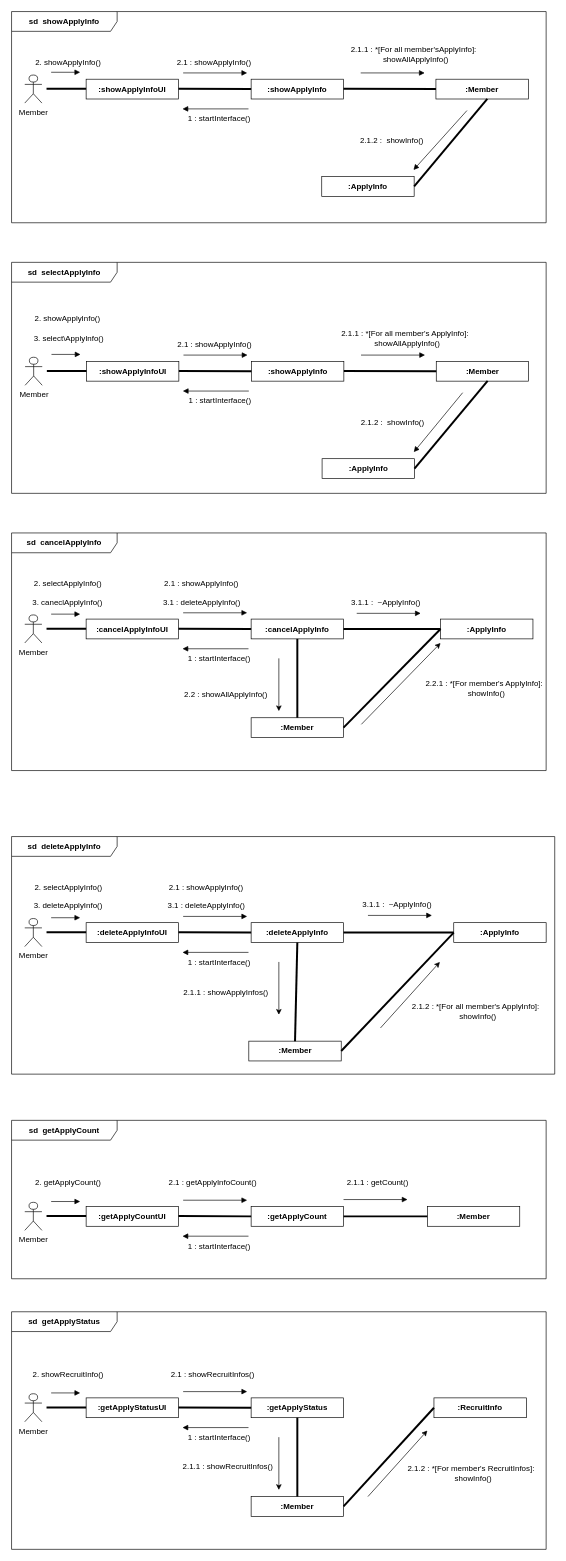
This is page "Page-1" (1 of 4) of classDiagram.drawio from hjee02018/UML, a draw.io file, before an edit. Source tidied: cells renumbered, new cells numbered last; positions are measured from the earlier drawing's top-left corner, leaving out a move shared by most shapes. Both pictures are drawn from the tidied source at 66%, with x=0, y=0 at pixel (11, 11).
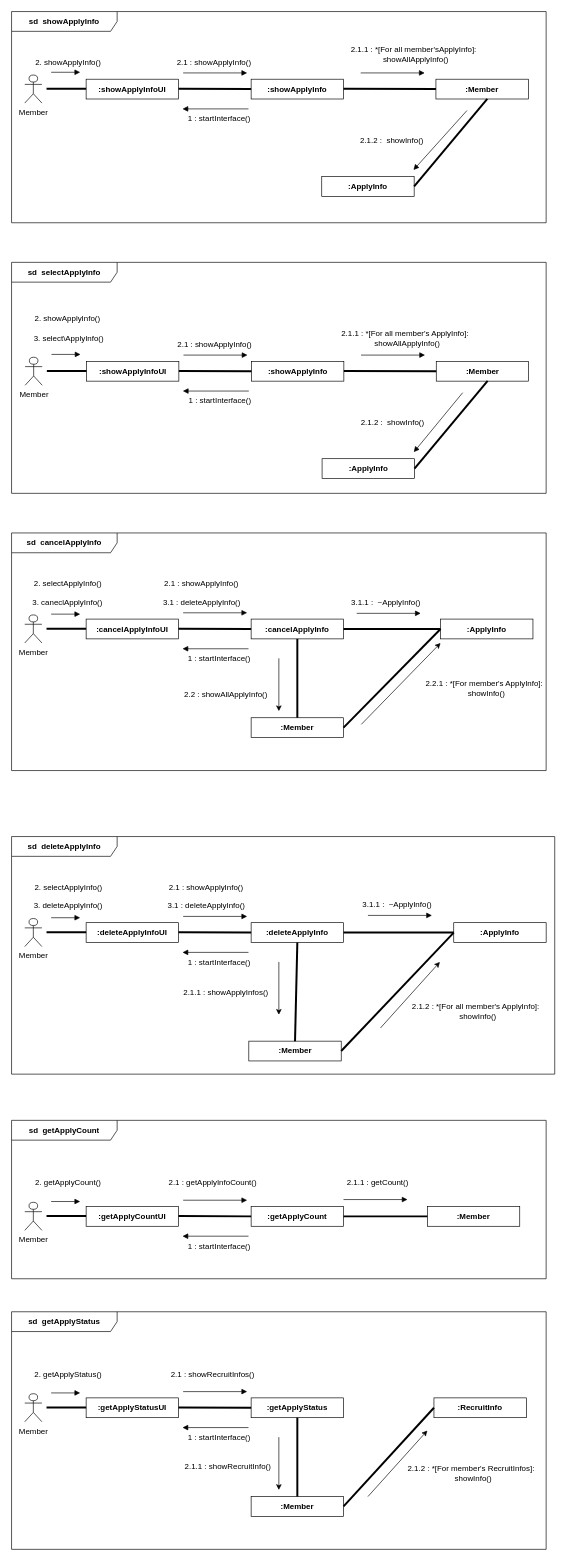
After the change.

The change refers to these unchanged cells:
```xml
<mxCell id="72" value="&lt;b&gt;sd&amp;nbsp; getApplyStatus&lt;/b&gt;" style="shape=umlFrame;whiteSpace=wrap;html=1;width=160;" parent="1" vertex="1">
  <mxGeometry y="1970" width="810" height="360" as="geometry" />
</mxCell>
```

The edit, as a diff of the source:
```diff
@@
-    <mxCell id="83" value="2. showRecruitInfo()" style="text;html=1;strokeColor=none;fillColor=none;align=center;verticalAlign=middle;whiteSpace=wrap;rounded=0;" parent="72" vertex="1">
+    <mxCell id="83" value="2. getApplyStatus()" style="text;html=1;strokeColor=none;fillColor=none;align=center;verticalAlign=middle;whiteSpace=wrap;rounded=0;" parent="72" vertex="1">
       <mxGeometry x="11" y="80" width="150" height="30" as="geometry" />
     </mxCell>
@@
-    <mxCell id="87" value="2.1.1 : showRecruitInfos()" style="text;html=1;strokeColor=none;fillColor=none;align=center;verticalAlign=middle;whiteSpace=wrap;rounded=0;" parent="72" vertex="1">
+    <mxCell id="87" value="2.1.1 : showRecruitInfo()" style="text;html=1;strokeColor=none;fillColor=none;align=center;verticalAlign=middle;whiteSpace=wrap;rounded=0;" parent="72" vertex="1">
       <mxGeometry x="253" y="220" width="150" height="30" as="geometry" />
     </mxCell>
```
